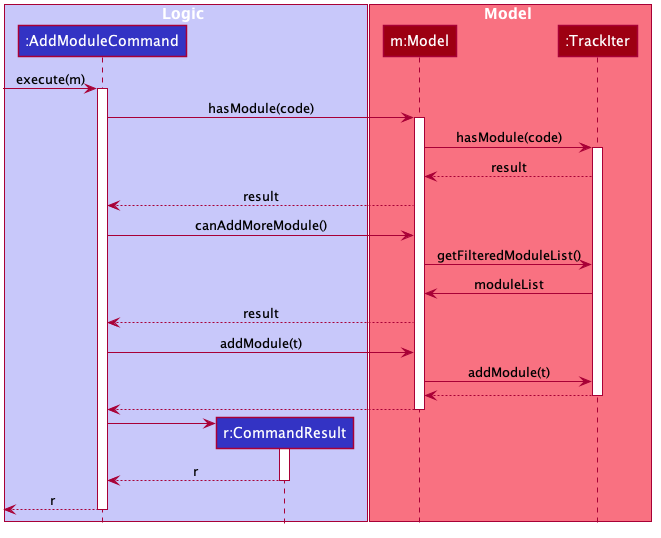
Above: docs/images/AddModuleSequenceDiagram.png in simonteozw/tp (PlantUML), before the change.
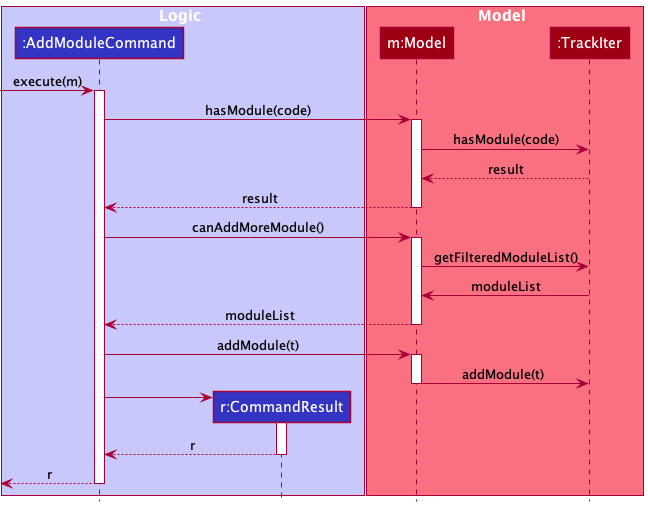
After the commit.

Change to the diagram source:
```diff
@@ -1,63 +1,14 @@
 @startuml
+!include style.puml
 
-
-
-
-
-
-
-
-skinparam BackgroundColor #FFFFFFF
-
-skinparam Shadowing false
-
-skinparam Class {
-    FontColor #FFFFFF
-    BorderThickness 1
-    BorderColor #FFFFFF
-    StereotypeFontColor #FFFFFF
-    FontName Arial
-    AttributeFontColor #FFFFFF
-    AttributeIconSize 0
-}
-
-skinparam Actor {
-    BorderColor #000000
-    Color #000000
-    FontName Arial
-}
-
-skinparam Sequence {
-    MessageAlign center
-    BoxFontSize 15
-    BoxPadding 0
-    BoxFontColor #FFFFFF
-    FontName Arial
-}
-
-skinparam Participant {
-    FontColor #FFFFFFF
-    Padding 20
-}
-
-skinparam MinClassWidth 50
-skinparam ParticipantPadding 10
-skinparam Shadowing false
-skinparam DefaultTextAlignment center
-skinparam packageStyle Rectangle
-
-hide footbox
-hide members
-hide circle
-
-box Logic #C8C8FA
-participant ":AddModuleCommand" as AddModuleCommand #3333C4
-participant "r:CommandResult" as CommandResult #3333C4
+box Logic LOGIC_COLOR_T1
+participant ":AddModuleCommand" as AddModuleCommand LOGIC_COLOR
+participant "r:CommandResult" as CommandResult LOGIC_COLOR
 end box
 
-box Model #F97181
-participant "m:Model" as Model #9D0012
-participant ":TrackIter" as TrackIter #9D0012
+box Model MODEL_COLOR_T1
+participant "m:Model" as Model MODEL_COLOR
+participant ":TrackIter" as TrackIter MODEL_COLOR
 end box
 
 [-> AddModuleCommand : execute(m)
@@ -66,26 +17,22 @@
 AddModuleCommand -> Model : hasModule(code)
 activate Model
 Model -> TrackIter : hasModule(code)
-activate TrackIter
 TrackIter --> Model : result
 Model --> AddModuleCommand : result
-
+deactivate Model
 
 AddModuleCommand -> Model : canAddMoreModule()
+activate Model
 Model -> TrackIter : getFilteredModuleList()
 TrackIter -> Model : moduleList
-Model --> AddModuleCommand : result
+Model --> AddModuleCommand : moduleList
+deactivate Model
 
 AddModuleCommand -> Model : addModule(t)
+activate Model
+Model -> TrackIter : addModule(t)
+deactivate Model
 
-Model -> TrackIter : addModule(t)
-
-
-TrackIter --> Model
-deactivate TrackIter
-
-Model --> AddModuleCommand
-deactivate Model
 
 create CommandResult
 AddModuleCommand -> CommandResult
```
